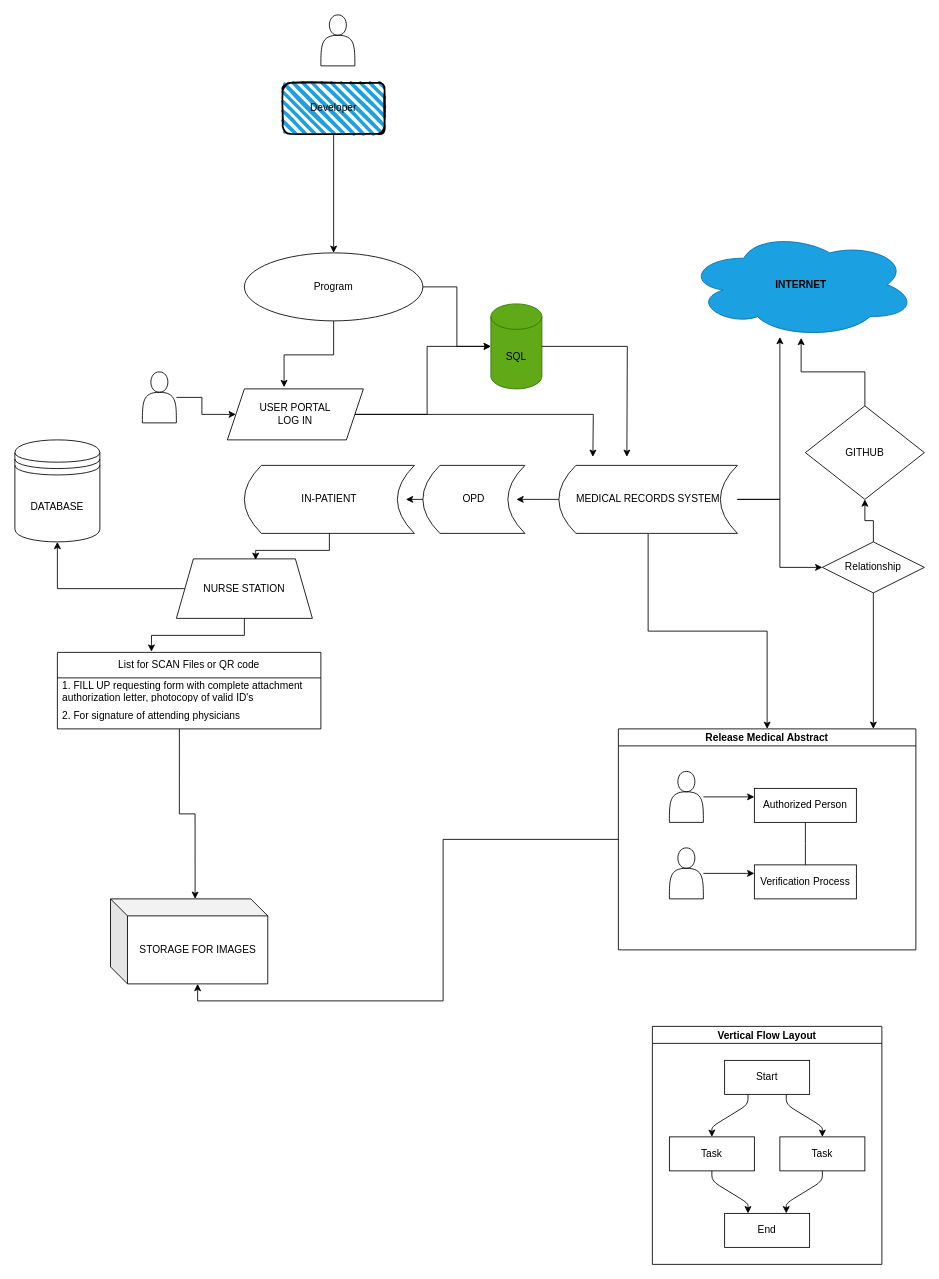
This is medical records Diagram.drawio from ninpax09/diagrammedicalrecords, a draw.io file, before an edit. Source tidied: cells renumbered, new cells numbered last; positions are measured from the earlier drawing's top-left corner, leaving out a move shared by most shapes. Both pictures are drawn from the tidied source at 85%, with x=0, y=0 at pixel (14, 14).
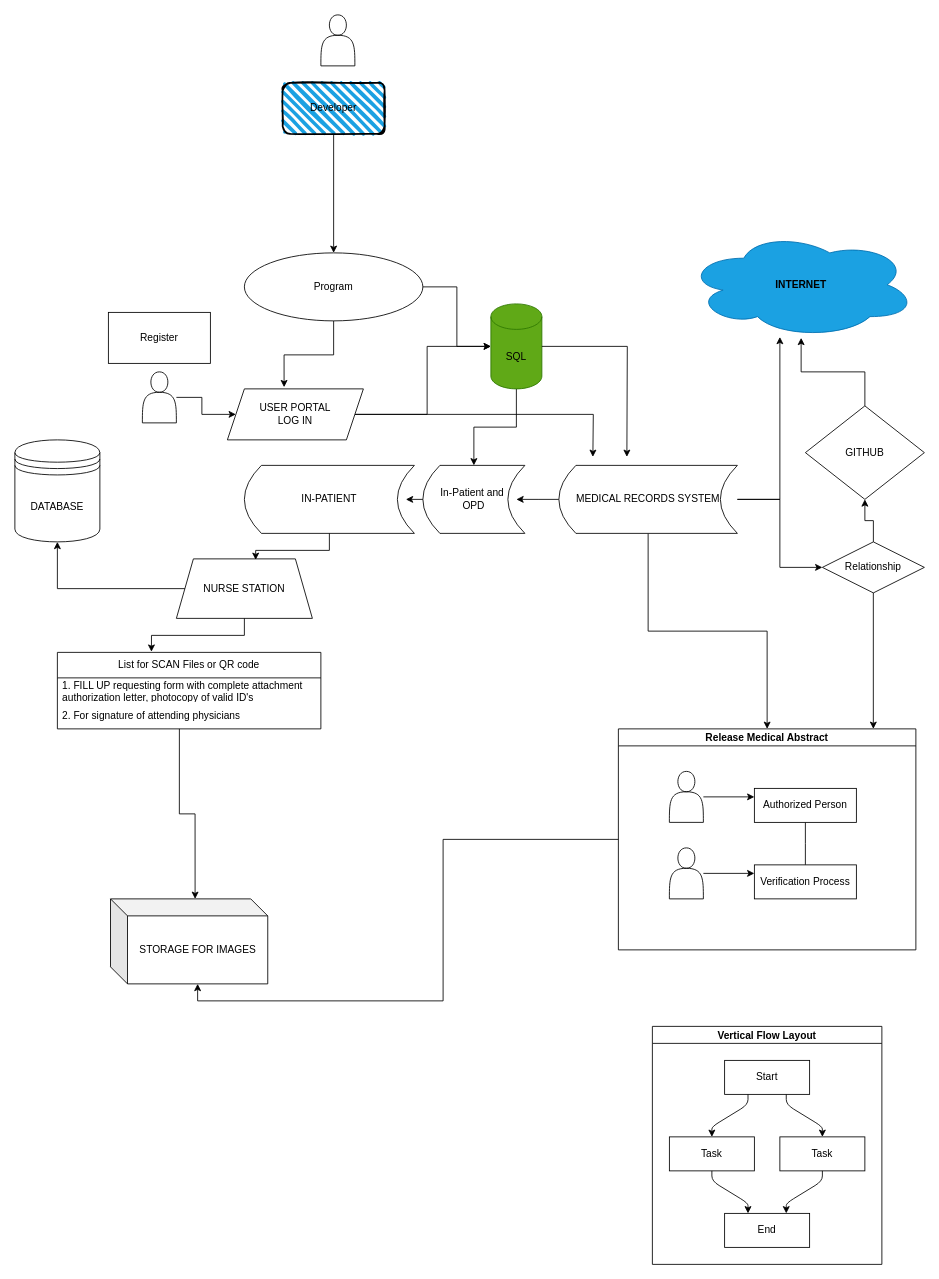
The same page after the edit.

The change refers to these unchanged cells:
```xml
<mxCell id="6" value="&lt;font style=&quot;color: light-dark(rgb(0, 0, 0), rgb(255, 247, 249));&quot;&gt;SQL&lt;/font&gt;" style="shape=cylinder3;whiteSpace=wrap;html=1;boundedLbl=1;backgroundOutline=1;size=15;fillColor=#60a917;fontColor=#ffffff;strokeColor=#2D7600;" parent="1" vertex="1">
  <mxGeometry x="560" y="340" width="60" height="100" as="geometry" />
</mxCell>
```

Diff of the diagram source:
```diff
@@
+    <mxCell id="57" style="edgeStyle=orthogonalEdgeStyle;rounded=0;jettySize=auto;html=1;" parent="1" edge="1" source="6" target="16">
+      <mxGeometry relative="1" as="geometry" />
+    </mxCell>
@@
-    <mxCell id="16" value="OPD" style="shape=dataStorage;whiteSpace=wrap;html=1;fixedSize=1;size=20;" parent="1" vertex="1">
+    <mxCell id="16" value="In-Patient and&amp;nbsp;&lt;div&gt;OPD&lt;/div&gt;" style="shape=dataStorage;whiteSpace=wrap;html=1;fixedSize=1;size=20;" parent="1" vertex="1">
       <mxGeometry x="480" y="530" width="120" height="80" as="geometry" />
     </mxCell>
@@
+    <mxCell id="58" value="Register" style="rounded=0;whiteSpace=wrap;html=1;" parent="1" vertex="1">
+      <mxGeometry x="110" y="350" width="120" height="60" as="geometry" />
+    </mxCell>
```
